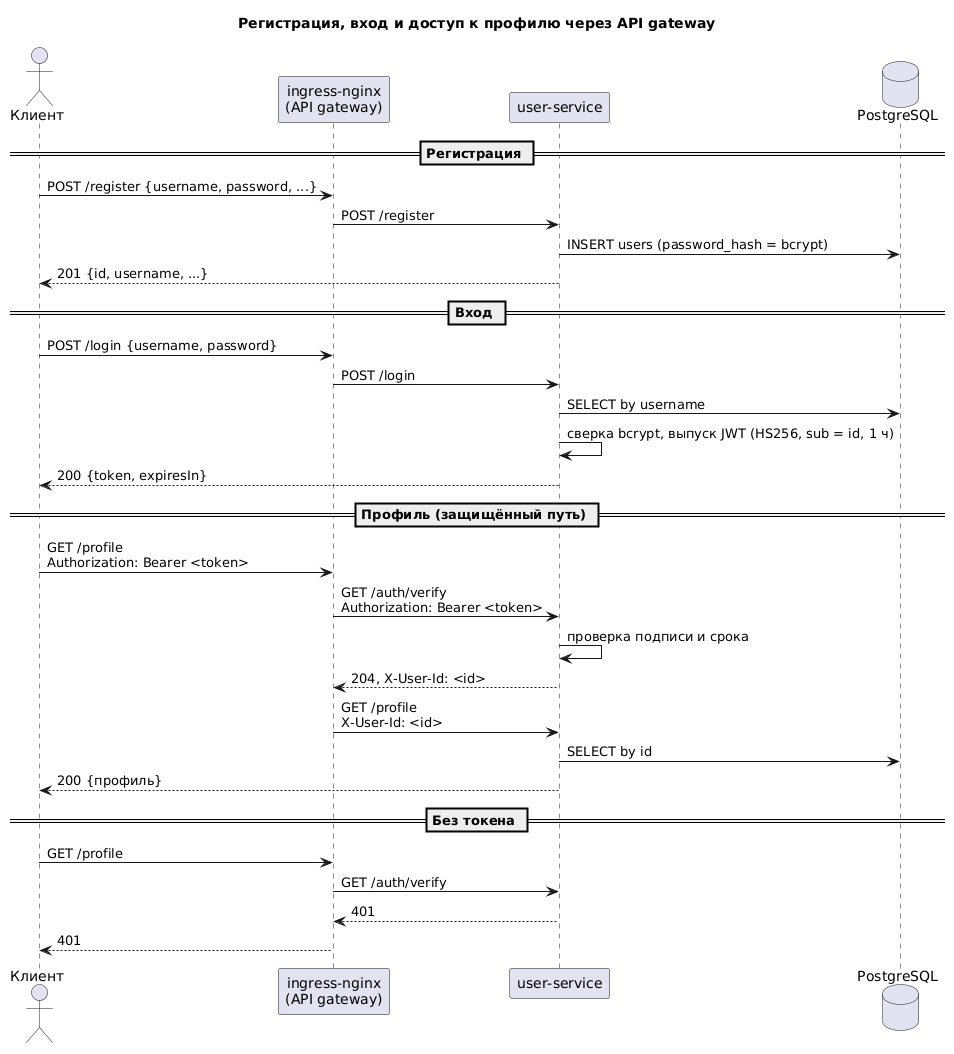
Before: hw6-api-gateway-auth/docs/auth-flow.png, a diagram exported from PlantUML (BoldyrevMichael/microservice-architecture-my-homework). Source of this version:
```plantuml
@startuml
title Регистрация, вход и доступ к профилю через API gateway

actor Клиент as client
participant "ingress-nginx\n(API gateway)" as gw
participant "user-service" as svc
database "PostgreSQL" as db

== Регистрация ==
client -> gw: POST /register {username, password, ...}
gw -> svc: POST /register
svc -> db: INSERT users (password_hash = bcrypt)
svc --> client: 201 {id, username, ...}

== Вход ==
client -> gw: POST /login {username, password}
gw -> svc: POST /login
svc -> db: SELECT by username
svc -> svc: сверка bcrypt, выпуск JWT (HS256, sub = id, 1 ч)
svc --> client: 200 {token, expiresIn}

== Профиль (защищённый путь) ==
client -> gw: GET /profile\nAuthorization: Bearer <token>
gw -> svc: GET /auth/verify\nAuthorization: Bearer <token>
svc -> svc: проверка подписи и срока
svc --> gw: 204, X-User-Id: <id>
gw -> svc: GET /profile\nX-User-Id: <id>
svc -> db: SELECT by id
svc --> client: 200 {профиль}

== Без токена ==
client -> gw: GET /profile
gw -> svc: GET /auth/verify
svc --> gw: 401
gw --> client: 401
@enduml
```
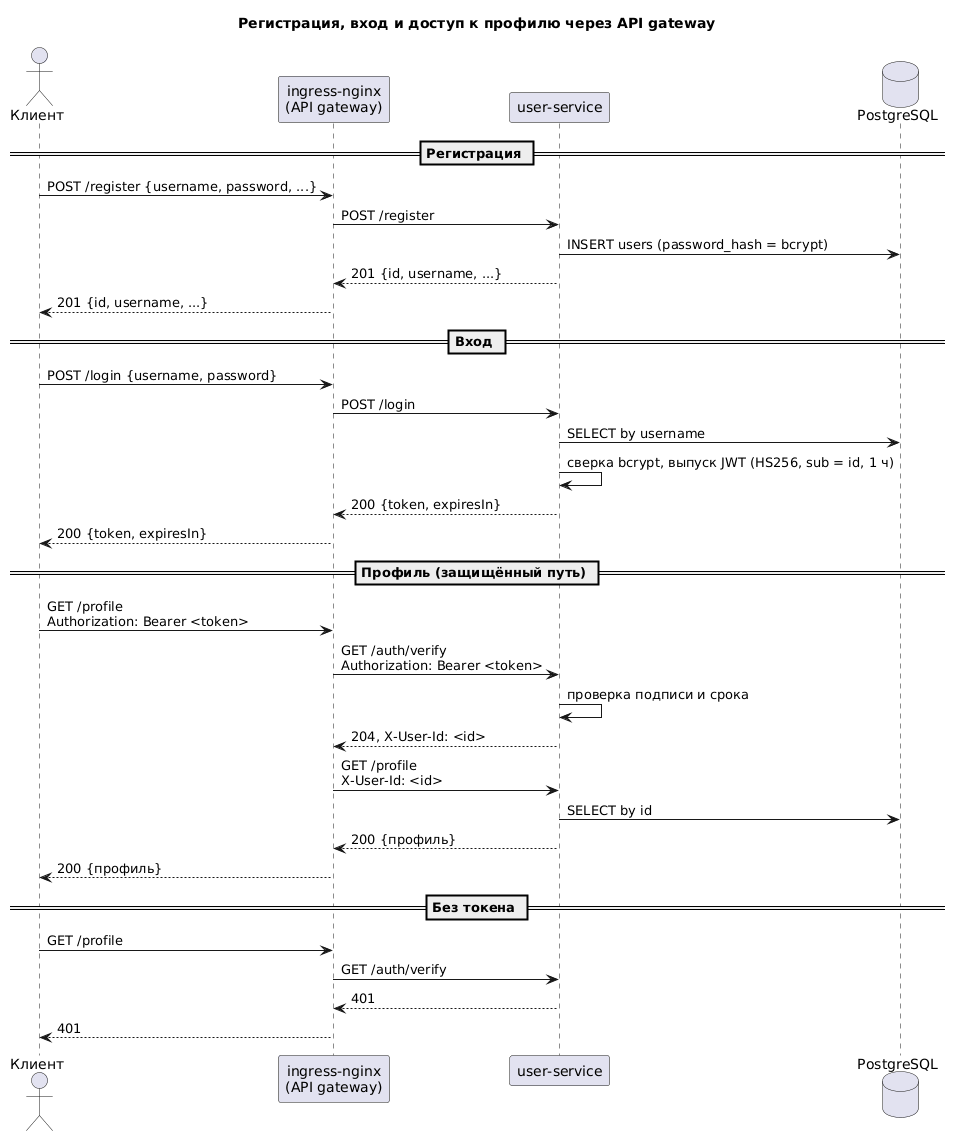
The same file after the commit.

Commit message:
hw6: ответы на схеме проходят через шлюз.

What changed in the source:
```diff
@@ -10,14 +10,16 @@
 client -> gw: POST /register {username, password, ...}
 gw -> svc: POST /register
 svc -> db: INSERT users (password_hash = bcrypt)
-svc --> client: 201 {id, username, ...}
+svc --> gw: 201 {id, username, ...}
+gw --> client: 201 {id, username, ...}
 
 == Вход ==
 client -> gw: POST /login {username, password}
 gw -> svc: POST /login
 svc -> db: SELECT by username
 svc -> svc: сверка bcrypt, выпуск JWT (HS256, sub = id, 1 ч)
-svc --> client: 200 {token, expiresIn}
+svc --> gw: 200 {token, expiresIn}
+gw --> client: 200 {token, expiresIn}
 
 == Профиль (защищённый путь) ==
 client -> gw: GET /profile\nAuthorization: Bearer <token>
@@ -26,7 +28,8 @@
 svc --> gw: 204, X-User-Id: <id>
 gw -> svc: GET /profile\nX-User-Id: <id>
 svc -> db: SELECT by id
-svc --> client: 200 {профиль}
+svc --> gw: 200 {профиль}
+gw --> client: 200 {профиль}
 
 == Без токена ==
 client -> gw: GET /profile
```
